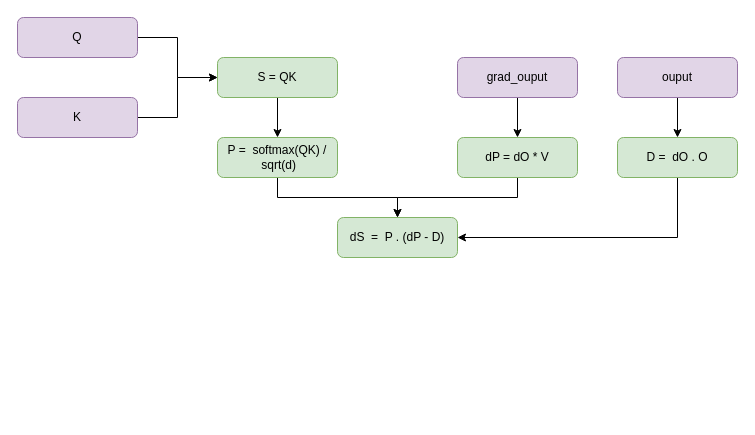
Before: flashAttention_Backward.drawio in nkzwchen/notebooks, a draw.io diagram. Source tidied: cells renumbered, new cells numbered last; positions are measured from the earlier drawing's top-left corner, leaving out a move shared by most shapes. Both pictures are drawn from the tidied source at 100%, with x=0, y=0 at pixel (17, 17).
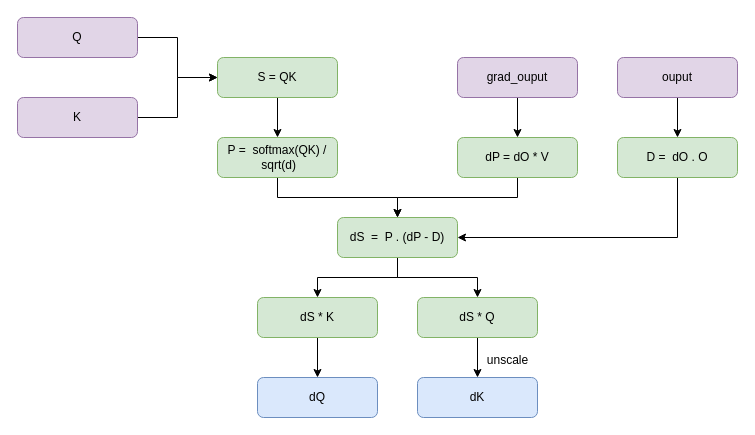
Above is the later version.

The change refers to these unchanged cells:
```xml
<mxCell id="18" value="dS &amp;nbsp;= &amp;nbsp;P . (dP - D)" style="rounded=1;whiteSpace=wrap;html=1;fillColor=#d5e8d4;strokeColor=#82b366;" parent="1" vertex="1">
  <mxGeometry x="320" y="200" width="120" height="40" as="geometry" />
</mxCell>
```

The edit, as a diff of the source:
```diff
@@
+    <mxCell id="19" style="edgeStyle=orthogonalEdgeStyle;rounded=0;jettySize=auto;html=1;" parent="1" edge="1" source="18" target="22">
+      <mxGeometry relative="1" as="geometry" />
+    </mxCell>
+    <mxCell id="20" style="edgeStyle=orthogonalEdgeStyle;rounded=0;jettySize=auto;html=1;exitX=0.5;exitY=1;exitDx=0;exitDy=0;entryX=0.5;entryY=0;entryDx=0;entryDy=0;" parent="1" edge="1" source="18" target="24">
+      <mxGeometry relative="1" as="geometry" />
+    </mxCell>
@@
+    <mxCell id="21" style="edgeStyle=orthogonalEdgeStyle;rounded=0;jettySize=auto;html=1;" parent="1" edge="1" source="22" target="26">
+      <mxGeometry relative="1" as="geometry" />
+    </mxCell>
+    <mxCell id="22" value="dS * K" style="whiteSpace=wrap;html=1;fillColor=#d5e8d4;strokeColor=#82b366;rounded=1;" parent="1" vertex="1">
+      <mxGeometry x="240" y="280" width="120" height="40" as="geometry" />
+    </mxCell>
+    <mxCell id="23" style="edgeStyle=orthogonalEdgeStyle;rounded=0;jettySize=auto;html=1;" parent="1" edge="1" source="24" target="25">
+      <mxGeometry relative="1" as="geometry" />
+    </mxCell>
+    <mxCell id="24" value="dS * Q" style="whiteSpace=wrap;html=1;fillColor=#d5e8d4;strokeColor=#82b366;rounded=1;" parent="1" vertex="1">
+      <mxGeometry x="400" y="280" width="120" height="40" as="geometry" />
+    </mxCell>
+    <mxCell id="25" value="dK" style="whiteSpace=wrap;html=1;fillColor=#dae8fc;strokeColor=#6c8ebf;rounded=1;" parent="1" vertex="1">
+      <mxGeometry x="400" y="360" width="120" height="40" as="geometry" />
+    </mxCell>
+    <mxCell id="26" value="dQ" style="whiteSpace=wrap;html=1;fillColor=#dae8fc;strokeColor=#6c8ebf;rounded=1;" parent="1" vertex="1">
+      <mxGeometry x="240" y="360" width="120" height="40" as="geometry" />
+    </mxCell>
+    <mxCell id="27" value="unscale" style="text;html=1;align=center;verticalAlign=middle;strokeColor=none;fillColor=none;" parent="1" vertex="1">
+      <mxGeometry x="460" y="328" width="60" height="30" as="geometry" />
+    </mxCell>
```
